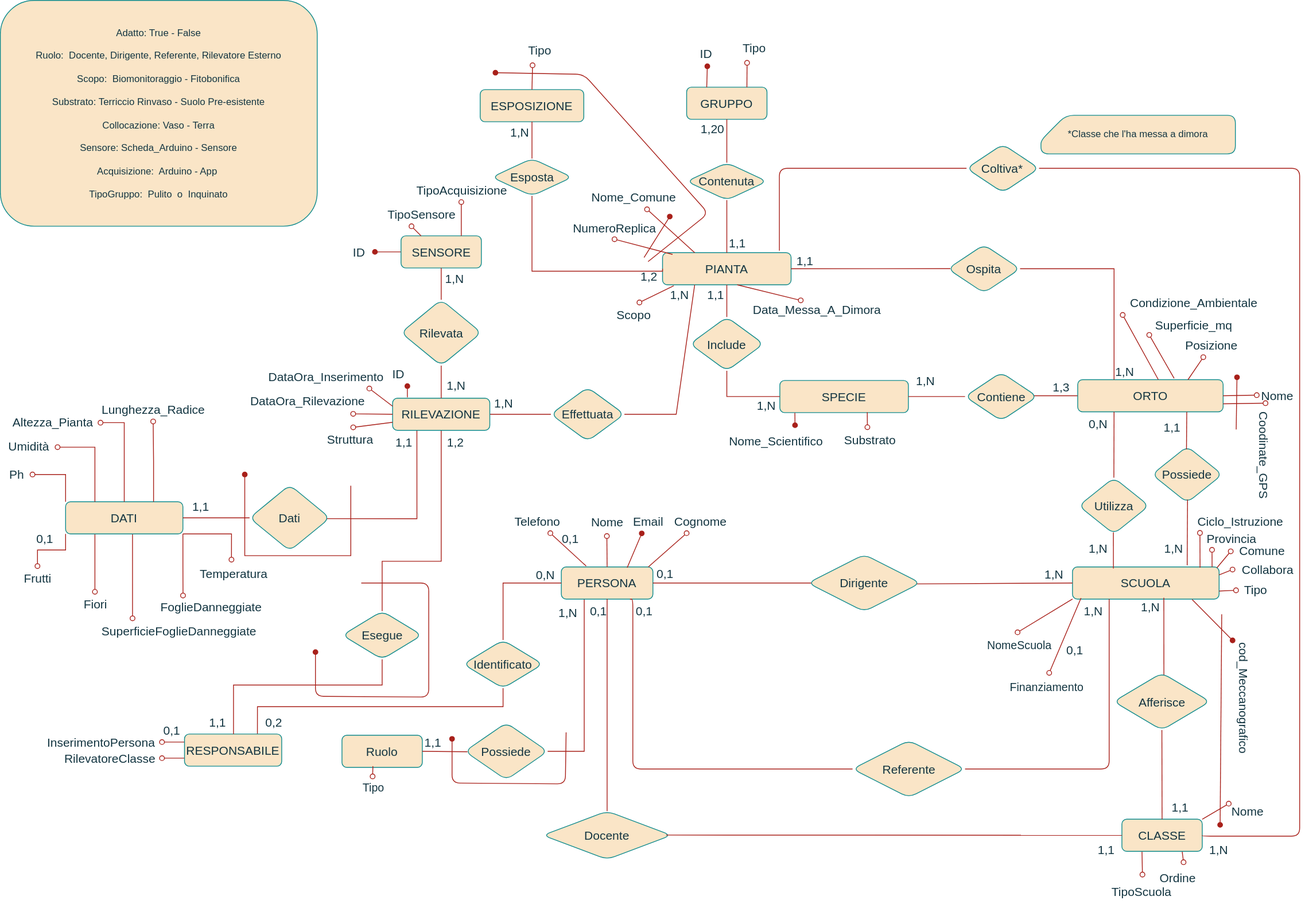
Above: Parte I - Progettazione Logica/Aggiuntivi/DiagrammaRistrutturato.svg in andrewasterix/BD (draw.io), before the change. Source tidied: cells renumbered, new cells last; positions are measured from the earlier drawing's top-left corner, leaving out a move shared by most shapes.
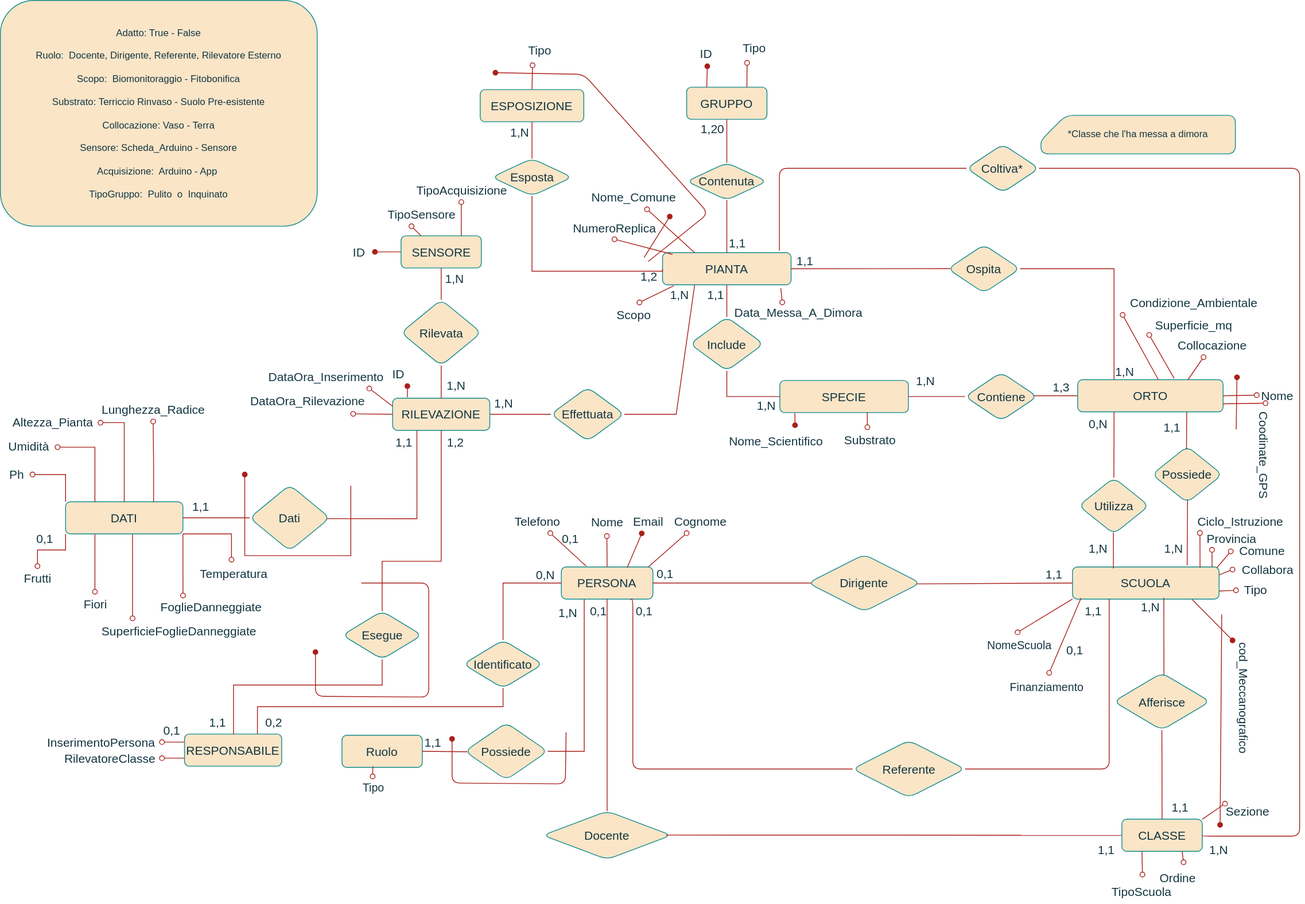
Later version of the same file.

What changed in the source:
```diff
@@ -37,8 +37,8 @@
     <mxCell id="12" value="CLASSE" style="rounded=1;whiteSpace=wrap;html=1;shadow=0;glass=0;points=[[0,0,0,0,0],[0,0.25,0,0,0],[0,0.5,0,0,0],[0,0.75,0,0,0],[0,1,0,0,0],[0.25,0,0,0,0],[0.25,1,0,0,0],[0.5,0,0,0,0],[0.5,1,0,0,0],[0.75,0,0,0,0],[0.75,1,0,0,0],[1,0,0,0,0],[1,0.25,0,0,0],[1,0.5,0,0,0],[1,0.75,0,0,0],[1,1,0,0,0]];fontSize=15;labelBackgroundColor=none;fillColor=#FAE5C7;strokeColor=#0F8B8D;fontColor=#143642;" parent="1" vertex="1">
       <mxGeometry x="1395.8" y="1019" width="100" height="40" as="geometry" />
     </mxCell>
-    <mxCell id="13" value="Nome" style="text;html=1;align=center;verticalAlign=middle;points=[];strokeColor=none;fillColor=none;fontSize=15;fontFamily=Helvetica;labelBackgroundColor=none;rounded=1;fontColor=#143642;arcSize=50;" parent="1" vertex="1">
-      <mxGeometry x="1522" y="994" width="60" height="30" as="geometry" />
+    <mxCell id="13" value="Sezione" style="text;html=1;align=center;verticalAlign=middle;points=[];strokeColor=none;fillColor=none;fontSize=15;fontFamily=Helvetica;labelBackgroundColor=none;rounded=1;fontColor=#143642;arcSize=50;" parent="1" vertex="1">
+      <mxGeometry x="1516" y="994" width="72" height="30" as="geometry" />
     </mxCell>
     <mxCell id="14" value="Ordine" style="text;html=1;align=center;verticalAlign=middle;points=[];strokeColor=none;fillColor=none;fontSize=15;fontFamily=Helvetica;labelBackgroundColor=none;rounded=1;fontColor=#143642;arcSize=50;" parent="1" vertex="1">
       <mxGeometry x="1429.5" y="1077" width="70" height="30" as="geometry" />
@@ -263,12 +263,6 @@
     <mxCell id="73" value="Temperatura" style="text;html=1;align=center;verticalAlign=middle;points=[];strokeColor=none;fillColor=none;fontSize=15;fontFamily=Helvetica;labelBackgroundColor=none;rounded=1;fontColor=#143642;" parent="1" vertex="1">
       <mxGeometry x="238.5" y="698" width="102" height="30" as="geometry" />
     </mxCell>
-    <mxCell id="74" style="edgeStyle=none;shape=connector;rounded=1;jettySize=auto;html=1;exitX=0;exitY=0.75;exitDx=0;exitDy=0;labelBackgroundColor=none;fontFamily=Helvetica;fontSize=15;fontColor=default;endArrow=oval;endFill=0;strokeColor=#A8201A;entryX=0.55;entryY=0.011;entryDx=0;entryDy=0;entryPerimeter=0;exitPerimeter=0;" parent="1" edge="1" source="21" target="75">
-      <mxGeometry relative="1" as="geometry" />
-    </mxCell>
-    <mxCell id="75" value="&lt;span style=&quot;font-size: 15px;&quot;&gt;Struttura&lt;/span&gt;" style="text;html=1;align=center;verticalAlign=middle;points=[];strokeColor=none;fillColor=none;fontSize=15;fontFamily=Helvetica;labelBackgroundColor=none;rounded=1;fontColor=#143642;" parent="1" vertex="1">
-      <mxGeometry x="395" y="531" width="80" height="30" as="geometry" />
-    </mxCell>
     <mxCell id="76" style="edgeStyle=none;shape=connector;rounded=1;jettySize=auto;html=1;entryX=0.835;entryY=1.051;entryDx=0;entryDy=0;entryPerimeter=0;labelBackgroundColor=none;fontFamily=Helvetica;fontSize=15;fontColor=default;endArrow=oval;endFill=0;strokeColor=#A8201A;exitX=0;exitY=0.5;exitDx=0;exitDy=0;exitPerimeter=0;" parent="1" edge="1" source="21" target="79">
       <mxGeometry relative="1" as="geometry" />
     </mxCell>
@@ -324,12 +318,10 @@
       <mxGeometry x="757" y="376" width="61" height="30" as="geometry" />
     </mxCell>
     <mxCell id="94" value="Data_Messa_A_Dimora" style="text;html=1;align=center;verticalAlign=middle;points=[];strokeColor=none;fillColor=none;fontSize=15;fontFamily=Helvetica;labelBackgroundColor=none;rounded=1;fontColor=#143642;" parent="1" vertex="1">
-      <mxGeometry x="927" y="370" width="177" height="30" as="geometry" />
+      <mxGeometry x="904" y="372.5" width="177" height="30" as="geometry" />
     </mxCell>
-    <mxCell id="95" style="edgeStyle=none;shape=connector;rounded=1;jettySize=auto;html=1;labelBackgroundColor=none;fontFamily=Helvetica;fontSize=15;fontColor=default;endArrow=oval;endFill=0;strokeColor=#A8201A;entryX=0.39;entryY=0.11;entryDx=0;entryDy=0;entryPerimeter=0;" parent="1" edge="1" target="94">
-      <mxGeometry relative="1" as="geometry">
-        <mxPoint x="917" y="354" as="sourcePoint" />
-      </mxGeometry>
+    <mxCell id="95" style="edgeStyle=none;shape=connector;rounded=1;jettySize=auto;html=1;labelBackgroundColor=none;fontFamily=Helvetica;fontSize=15;fontColor=default;endArrow=oval;endFill=0;strokeColor=#A8201A;entryX=0.39;entryY=0.11;entryDx=0;entryDy=0;entryPerimeter=0;exitX=0.92;exitY=1.105;exitDx=0;exitDy=0;exitPerimeter=0;" parent="1" edge="1" source="39" target="94">
+      <mxGeometry relative="1" as="geometry" />
     </mxCell>
     <mxCell id="96" style="edgeStyle=none;shape=connector;rounded=1;jettySize=auto;html=1;labelBackgroundColor=none;fontFamily=Helvetica;fontSize=15;fontColor=default;endArrow=oval;endFill=0;strokeColor=#A8201A;exitX=0.25;exitY=0;exitDx=0;exitDy=0;exitPerimeter=0;" parent="1" edge="1" source="39" target="97">
       <mxGeometry relative="1" as="geometry" />
@@ -360,8 +352,8 @@
         <mxPoint x="1478" y="472" as="sourcePoint" />
       </mxGeometry>
     </mxCell>
-    <mxCell id="105" value="Posizione" style="text;html=1;align=center;verticalAlign=middle;points=[];strokeColor=none;fillColor=none;fontSize=15;fontFamily=Helvetica;labelBackgroundColor=none;rounded=1;fontColor=#143642;" parent="1" vertex="1">
-      <mxGeometry x="1465.8" y="414" width="83" height="30" as="geometry" />
+    <mxCell id="105" value="Collocazione" style="text;html=1;align=center;verticalAlign=middle;points=[];strokeColor=none;fillColor=none;fontSize=15;fontFamily=Helvetica;labelBackgroundColor=none;rounded=1;fontColor=#143642;" parent="1" vertex="1">
+      <mxGeometry x="1455.8" y="414" width="104" height="30" as="geometry" />
     </mxCell>
     <mxCell id="106" value="Coodinate_GPS" style="text;html=1;align=center;verticalAlign=middle;points=[];strokeColor=none;fillColor=none;fontSize=15;fontFamily=Helvetica;labelBackgroundColor=none;rounded=1;fontColor=#143642;rotation=90;" parent="1" vertex="1">
       <mxGeometry x="1508.2" y="551" width="130" height="30" as="geometry" />
@@ -459,11 +451,11 @@
     <mxCell id="133" value="0,N" style="text;html=1;align=center;verticalAlign=middle;strokeColor=none;fillColor=none;fontSize=15;fontFamily=Helvetica;rounded=1;labelBackgroundColor=none;fontColor=#143642;" parent="1" vertex="1">
       <mxGeometry x="657" y="700" width="41" height="30" as="geometry" />
     </mxCell>
-    <mxCell id="134" value="1,N" style="text;html=1;align=center;verticalAlign=middle;strokeColor=none;fillColor=none;fontSize=15;fontFamily=Helvetica;rounded=1;labelBackgroundColor=none;fontColor=#143642;" parent="1" vertex="1">
-      <mxGeometry x="1290.5" y="699" width="41" height="30" as="geometry" />
+    <mxCell id="134" value="1,1" style="text;html=1;align=center;verticalAlign=middle;strokeColor=none;fillColor=none;fontSize=15;fontFamily=Helvetica;rounded=1;labelBackgroundColor=none;fontColor=#143642;" parent="1" vertex="1">
+      <mxGeometry x="1291.5" y="699" width="39" height="30" as="geometry" />
     </mxCell>
-    <mxCell id="135" value="1,N" style="text;html=1;align=center;verticalAlign=middle;strokeColor=none;fillColor=none;fontSize=15;fontFamily=Helvetica;rounded=1;labelBackgroundColor=none;fontColor=#143642;" parent="1" vertex="1">
-      <mxGeometry x="1339" y="745" width="41" height="30" as="geometry" />
+    <mxCell id="135" value="1,1" style="text;html=1;align=center;verticalAlign=middle;strokeColor=none;fillColor=none;fontSize=15;fontFamily=Helvetica;rounded=1;labelBackgroundColor=none;fontColor=#143642;" parent="1" vertex="1">
+      <mxGeometry x="1340" y="745" width="39" height="30" as="geometry" />
     </mxCell>
     <mxCell id="136" value="1,N" style="text;html=1;align=center;verticalAlign=middle;strokeColor=none;fillColor=none;fontSize=15;fontFamily=Helvetica;rounded=1;labelBackgroundColor=none;fontColor=#143642;" parent="1" vertex="1">
       <mxGeometry x="1345" y="667" width="41" height="30" as="geometry" />
```
